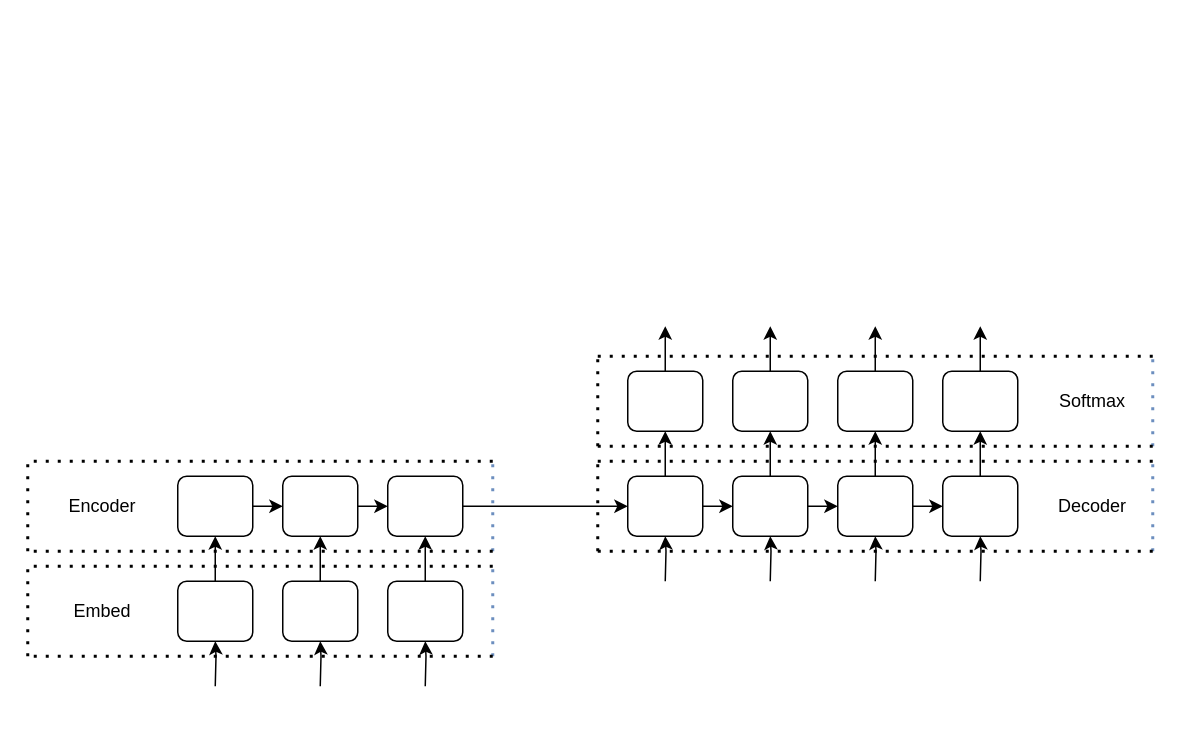
Before: RNNs for translation.drawio in tunguz/RNNs_for_RNA, a draw.io diagram. Source tidied: cells renumbered, new cells numbered last; positions are measured from the earlier drawing's top-left corner, leaving out a move shared by most shapes. Both pictures are drawn from the tidied source at 150%, with x=0, y=0 at pixel (27, 326).
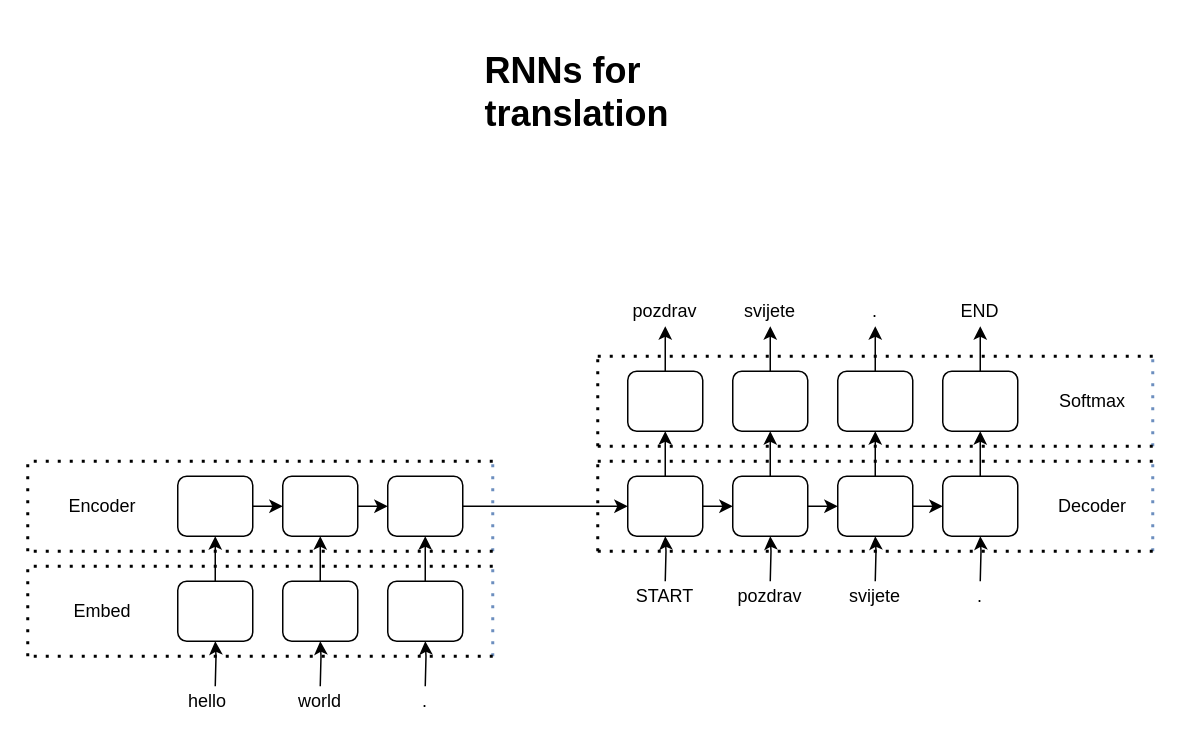
The same page after the edit.

What changed in the source:
```diff
@@
+    <mxCell id="60" value="hello" style="text;html=1;strokeColor=none;fillColor=none;align=center;verticalAlign=middle;whiteSpace=wrap;rounded=0;" parent="1" vertex="1">
+      <mxGeometry x="100" y="240" width="40" height="20" as="geometry" />
+    </mxCell>
+    <mxCell id="61" value="world" style="text;html=1;strokeColor=none;fillColor=none;align=center;verticalAlign=middle;whiteSpace=wrap;rounded=0;" parent="1" vertex="1">
+      <mxGeometry x="175" y="240" width="40" height="20" as="geometry" />
+    </mxCell>
+    <mxCell id="62" value="." style="text;html=1;strokeColor=none;fillColor=none;align=center;verticalAlign=middle;whiteSpace=wrap;rounded=0;" parent="1" vertex="1">
+      <mxGeometry x="245" y="240" width="40" height="20" as="geometry" />
+    </mxCell>
+    <mxCell id="63" value="START" style="text;html=1;strokeColor=none;fillColor=none;align=center;verticalAlign=middle;whiteSpace=wrap;rounded=0;" parent="1" vertex="1">
+      <mxGeometry x="405" y="170" width="40" height="20" as="geometry" />
+    </mxCell>
+    <mxCell id="64" value="pozdrav" style="text;html=1;strokeColor=none;fillColor=none;align=center;verticalAlign=middle;whiteSpace=wrap;rounded=0;" parent="1" vertex="1">
+      <mxGeometry x="475" y="170" width="40" height="20" as="geometry" />
+    </mxCell>
+    <mxCell id="65" value="svijete" style="text;html=1;strokeColor=none;fillColor=none;align=center;verticalAlign=middle;whiteSpace=wrap;rounded=0;" parent="1" vertex="1">
+      <mxGeometry x="545" y="170" width="40" height="20" as="geometry" />
+    </mxCell>
+    <mxCell id="66" value="." style="text;html=1;strokeColor=none;fillColor=none;align=center;verticalAlign=middle;whiteSpace=wrap;rounded=0;" parent="1" vertex="1">
+      <mxGeometry x="615" y="170" width="40" height="20" as="geometry" />
+    </mxCell>
+    <mxCell id="67" value="pozdrav" style="text;html=1;strokeColor=none;fillColor=none;align=center;verticalAlign=middle;whiteSpace=wrap;rounded=0;" parent="1" vertex="1">
+      <mxGeometry x="405" y="-20" width="40" height="20" as="geometry" />
+    </mxCell>
+    <mxCell id="68" value="svijete" style="text;html=1;strokeColor=none;fillColor=none;align=center;verticalAlign=middle;whiteSpace=wrap;rounded=0;" parent="1" vertex="1">
+      <mxGeometry x="475" y="-20" width="40" height="20" as="geometry" />
+    </mxCell>
+    <mxCell id="69" value="." style="text;html=1;strokeColor=none;fillColor=none;align=center;verticalAlign=middle;whiteSpace=wrap;rounded=0;" parent="1" vertex="1">
+      <mxGeometry x="545" y="-20" width="40" height="20" as="geometry" />
+    </mxCell>
+    <mxCell id="70" value="END" style="text;html=1;strokeColor=none;fillColor=none;align=center;verticalAlign=middle;whiteSpace=wrap;rounded=0;" parent="1" vertex="1">
+      <mxGeometry x="615" y="-20" width="40" height="20" as="geometry" />
+    </mxCell>
+    <mxCell id="71" value="&lt;h1&gt;RNNs for translation&lt;/h1&gt;" style="text;html=1;strokeColor=none;fillColor=none;spacing=5;spacingTop=-20;whiteSpace=wrap;overflow=hidden;rounded=0;" parent="1" vertex="1">
+      <mxGeometry x="300" y="-190" width="190" height="120" as="geometry" />
+    </mxCell>
```
